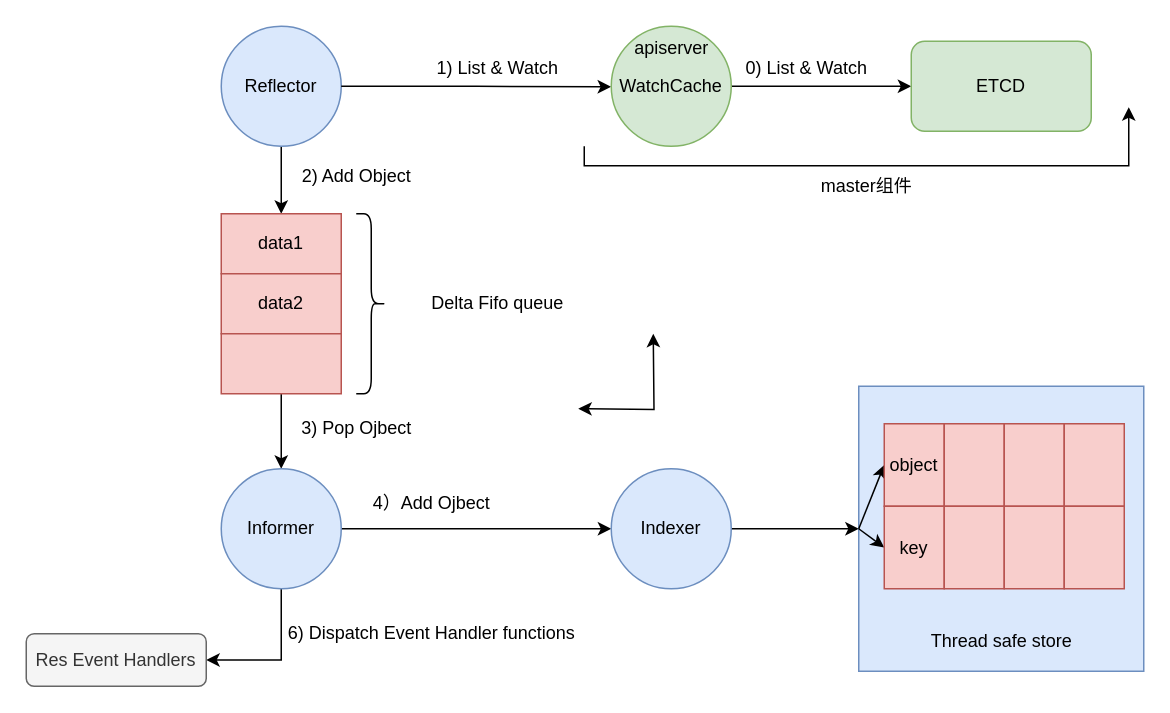
jingrenzhou/drawio keeps this draw.io diagram as page "client-go机制分析" (6 of 7) of kubelet/kubelet.drawio. Above is the earlier version. Source tidied: cells renumbered, new cells numbered last; positions are measured from the earlier drawing's top-left corner, leaving out a move shared by most shapes. Both pictures are drawn from the tidied source at 150%, with x=0, y=0 at pixel (26, 26).
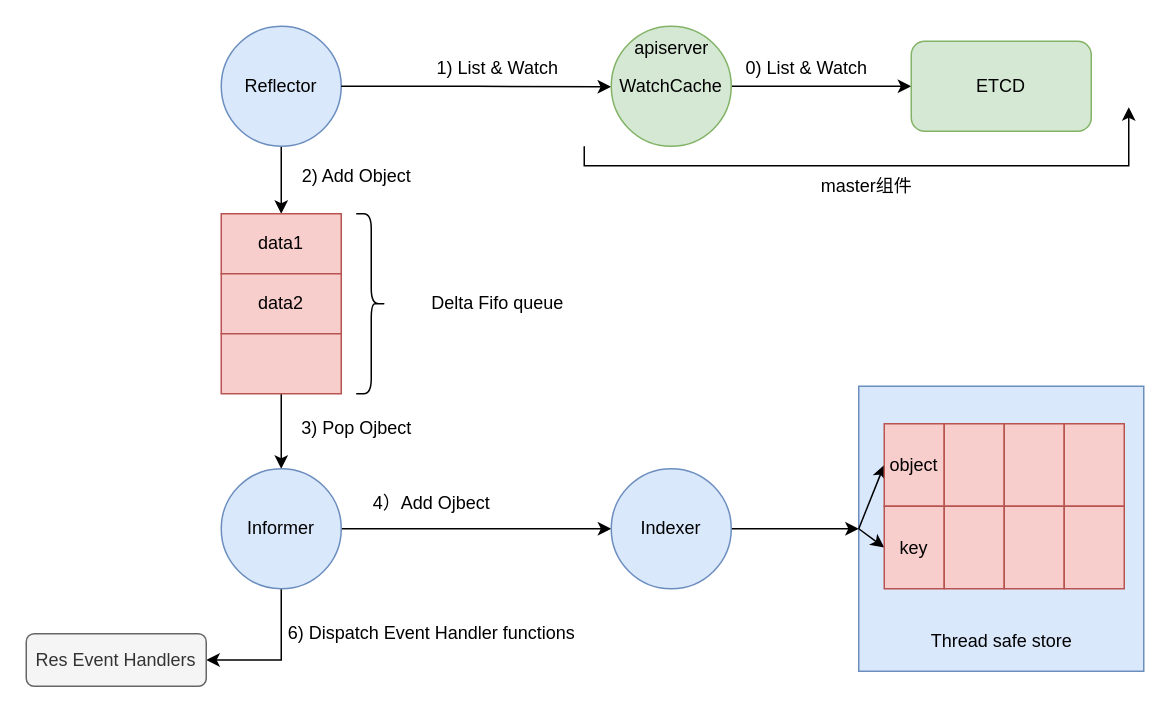
The same diagram, later.

What changed in the source:
```diff
@@
-    <mxCell id="39" style="endArrow=classic;startArrow=classic;html=1;rounded=0;edgeStyle=orthogonalEdgeStyle;" parent="1" edge="1">
-      <mxGeometry relative="1" as="geometry">
-        <mxPoint x="368" y="255" as="sourcePoint" />
-        <mxPoint x="418" y="205" as="targetPoint" />
-      </mxGeometry>
-    </mxCell>
```
